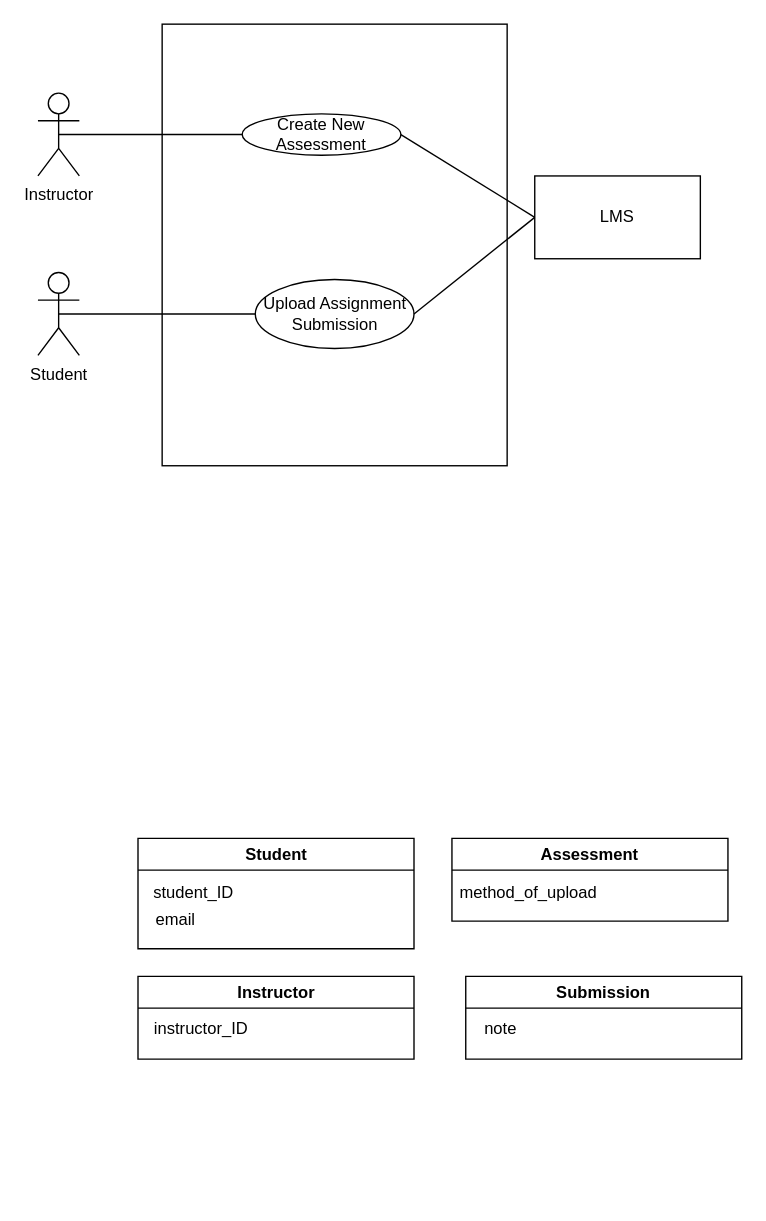
Earlier version of the draw.io diagram domain_model_Workshop_2.drawio (antonykimuom/SWEN30006-2025-SM1-workshop1-tuew05-14-00-team-12). Source tidied: cells renumbered, new cells numbered last; positions are measured from the earlier drawing's top-left corner, leaving out a move shared by most shapes. Both pictures are drawn from the tidied source at 138%, with x=0, y=0 at pixel (37, 23).
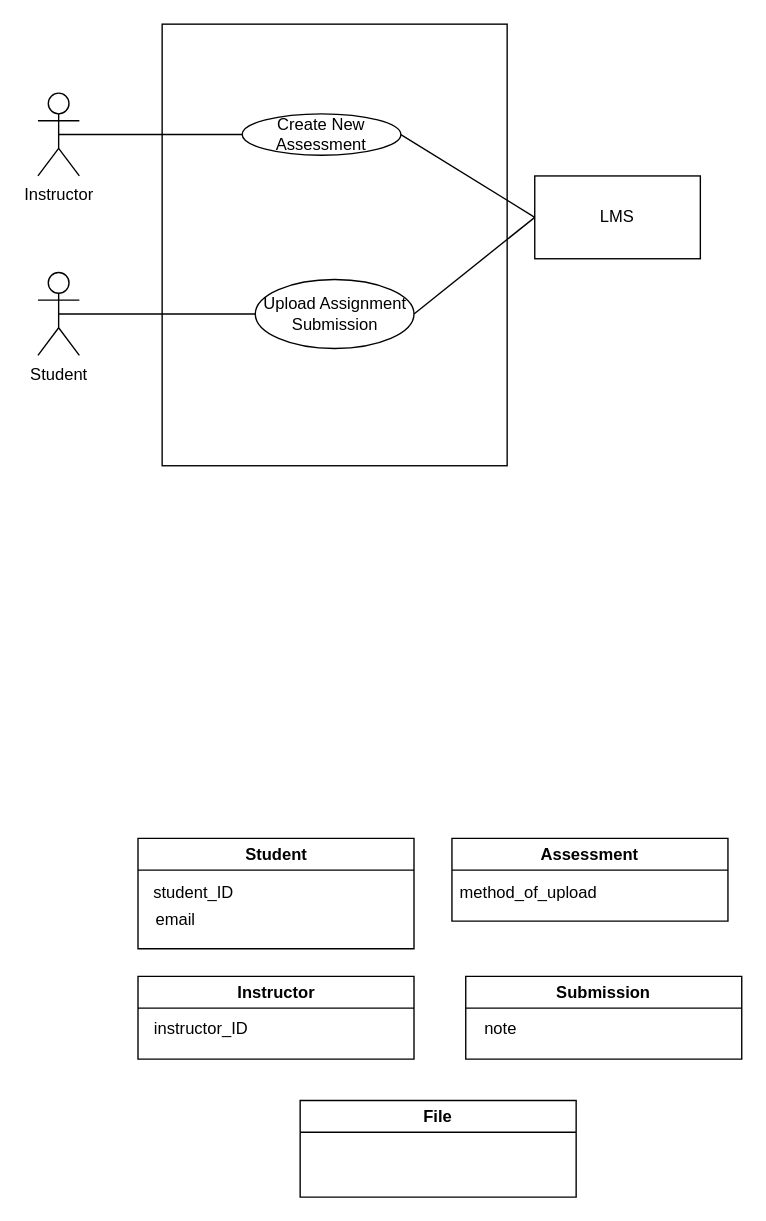
Above is the later version.

Commit message:
added file conceptual class

The edit, as a diff of the source:
```diff
@@
+    <mxCell id="21" value="File" style="swimlane;whiteSpace=wrap;html=1;" parent="1" vertex="1">
+      <mxGeometry x="190" y="780" width="200" height="70" as="geometry" />
+    </mxCell>
```
